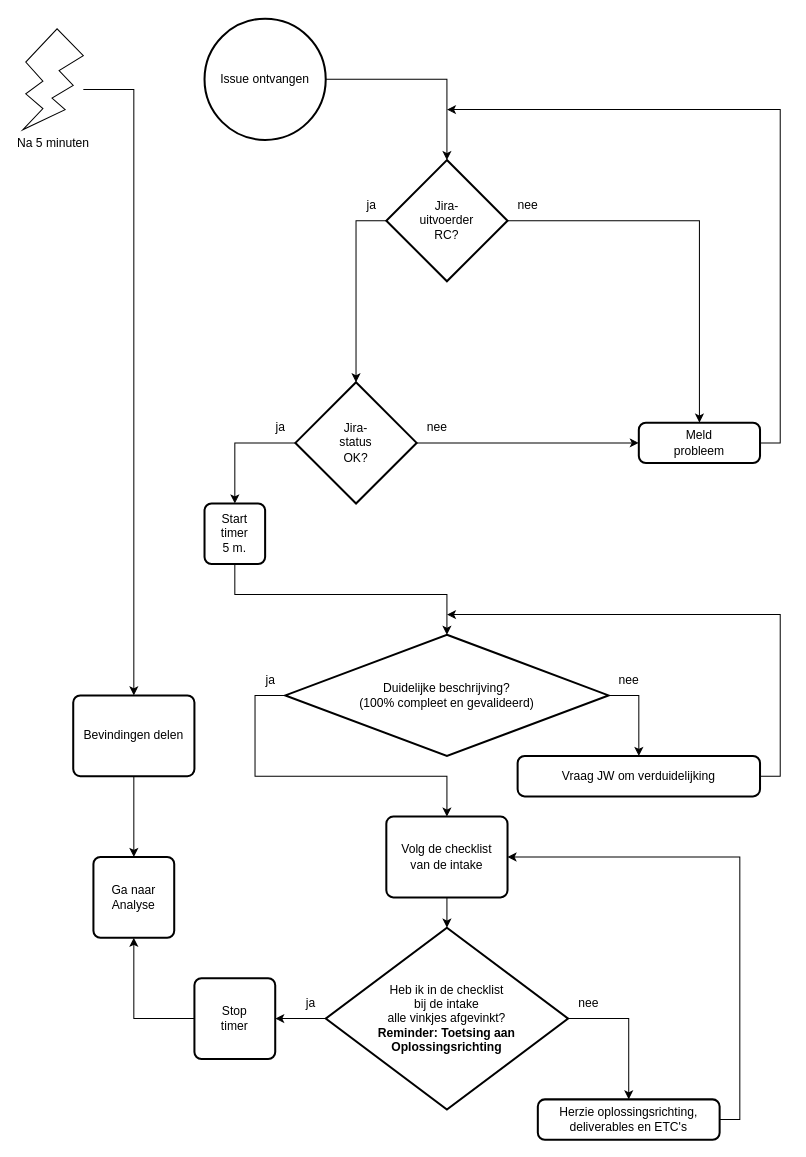
Above: 1 Issue Tracker intake.drawio in Zaibatsu89/IssueTracker (draw.io), before the change. Source tidied: cells renumbered, new cells numbered last; positions are measured from the earlier drawing's top-left corner, leaving out a move shared by most shapes. Both pictures are drawn from the tidied source at 101%, with x=0, y=0 at pixel (22, 18).
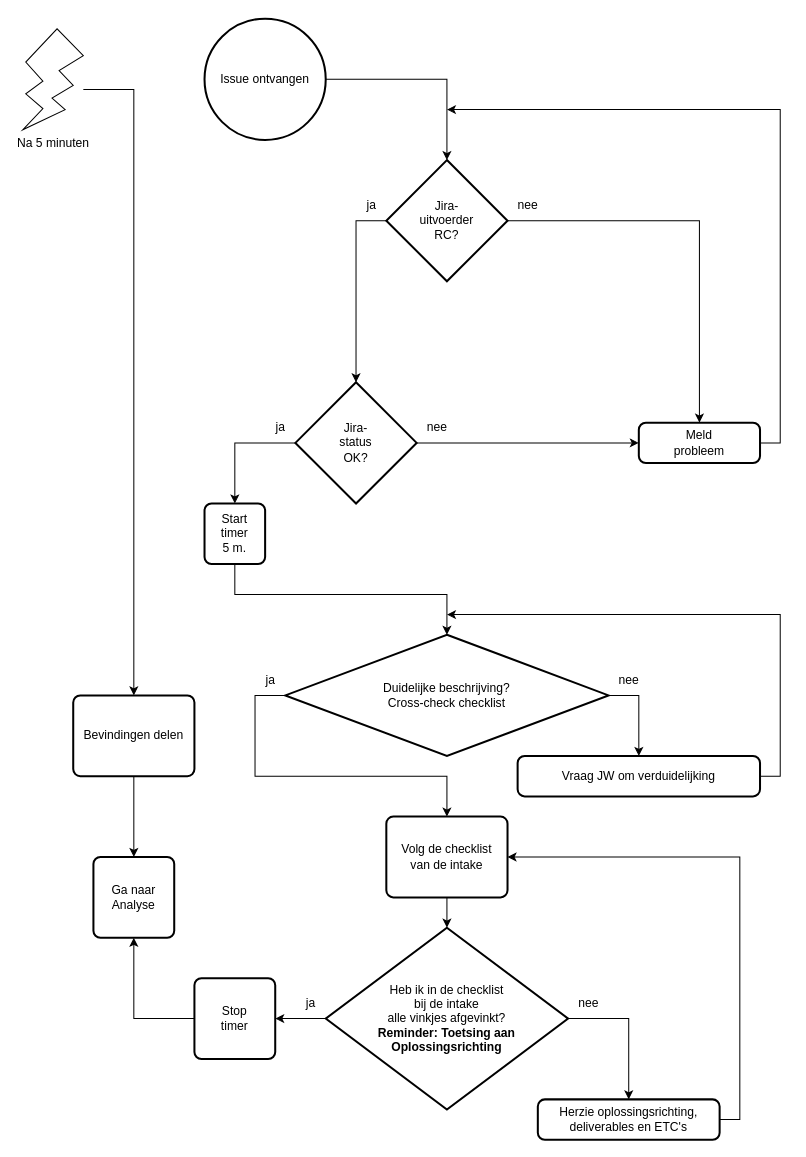
The same diagram, later.

Commit message (it also covers changes not shown here):
Vervang "(100% compleet en gevalideerd)" door "Cross-check checklist" in flowcharts

What changed in the source:
```diff
@@
-    <mxCell id="5" value="Duidelijke beschrijving?&lt;br&gt;(100% compleet en gevalideerd)" style="strokeWidth=2;html=1;shape=mxgraph.flowchart.decision;whiteSpace=wrap;" parent="1" vertex="1">
+    <mxCell id="5" value="Duidelijke beschrijving?&lt;br&gt;Cross-check checklist" style="strokeWidth=2;html=1;shape=mxgraph.flowchart.decision;whiteSpace=wrap;" parent="1" vertex="1">
       <mxGeometry x="260" y="610" width="320" height="120" as="geometry" />
     </mxCell>
```
